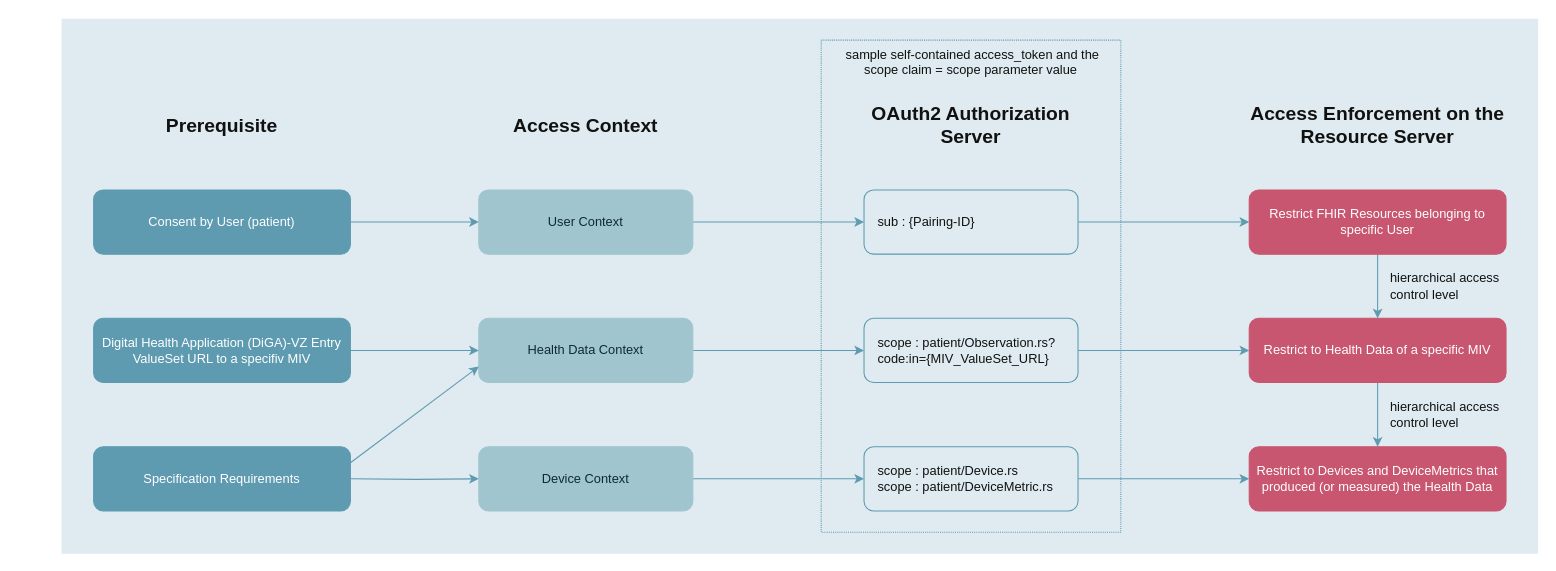
Earlier version of the draw.io diagram input/images/HDDT DiGA access control.drawio (gematik/spec-HDDT). Source tidied: cells renumbered, new cells numbered last; positions are measured from the earlier drawing's top-left corner, leaving out a move shared by most shapes. Both pictures are drawn from the tidied source at 107%, with x=0, y=0 at pixel (61, 18).
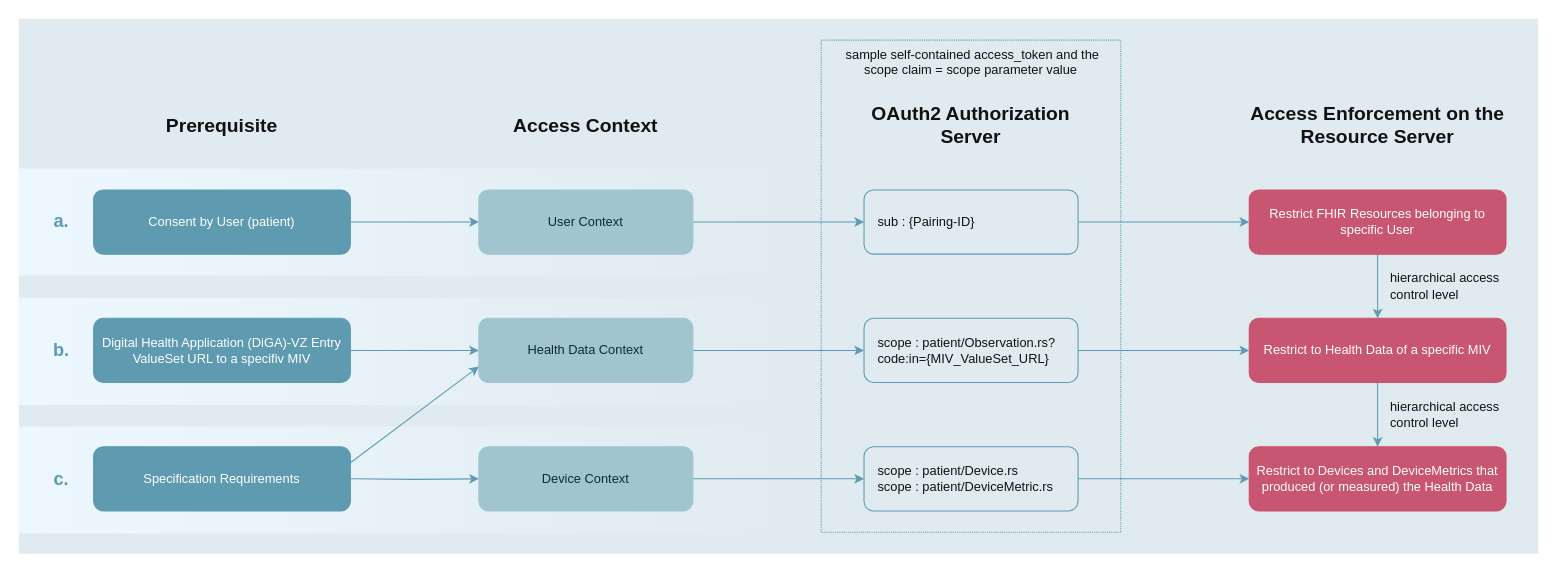
Above is the later version.

Commit message (it also covers changes not shown here):
updated access control diagram

Diff of the diagram source:
```diff
@@
     <mxCell id="2" style="rounded=0;whiteSpace=wrap;html=1;fillColor=light-dark(#DFEBF0,#DFEBF0);strokeColor=none;" parent="1" vertex="1">
-      <mxGeometry width="1380" height="500" as="geometry" />
+      <mxGeometry x="-40" width="1420" height="500" as="geometry" />
     </mxCell>
+    <mxCell id="34" style="rounded=0;whiteSpace=wrap;html=1;fillColor=#EDF7FF;strokeColor=none;gradientColor=#DFEBF0;gradientDirection=east;" parent="1" vertex="1">
+      <mxGeometry x="-40" y="381" width="751" height="100" as="geometry" />
+    </mxCell>
+    <mxCell id="35" style="rounded=0;whiteSpace=wrap;html=1;fillColor=#EDF7FF;strokeColor=none;gradientColor=#DFEBF0;gradientDirection=east;" parent="1" vertex="1">
+      <mxGeometry x="-40" y="261" width="751" height="100" as="geometry" />
+    </mxCell>
+    <mxCell id="36" style="rounded=0;whiteSpace=wrap;html=1;fillColor=#EDF7FF;strokeColor=none;gradientColor=#DFEBF0;gradientDirection=east;" parent="1" vertex="1">
+      <mxGeometry x="-40" y="140" width="751" height="100" as="geometry" />
+    </mxCell>
@@
+    <mxCell id="37" value="&lt;font style=&quot;font-size: 17px; color: rgb(94, 155, 177);&quot;&gt;a.&lt;/font&gt;" style="text;html=1;whiteSpace=wrap;strokeColor=none;fillColor=none;align=center;verticalAlign=middle;rounded=0;fontStyle=1;" parent="1" vertex="1">
+      <mxGeometry x="-30" y="175" width="60" height="30" as="geometry" />
+    </mxCell>
+    <mxCell id="38" value="&lt;font style=&quot;font-size: 17px; color: rgb(94, 155, 177);&quot;&gt;b.&lt;/font&gt;" style="text;html=1;whiteSpace=wrap;strokeColor=none;fillColor=none;align=center;verticalAlign=middle;rounded=0;fontStyle=1;" parent="1" vertex="1">
+      <mxGeometry x="-30" y="296" width="60" height="30" as="geometry" />
+    </mxCell>
+    <mxCell id="39" value="&lt;font style=&quot;font-size: 17px; color: rgb(94, 155, 177);&quot;&gt;c.&lt;/font&gt;" style="text;html=1;whiteSpace=wrap;strokeColor=none;fillColor=none;align=center;verticalAlign=middle;rounded=0;fontStyle=1;" parent="1" vertex="1">
+      <mxGeometry x="-30" y="416" width="60" height="30" as="geometry" />
+    </mxCell>
```
